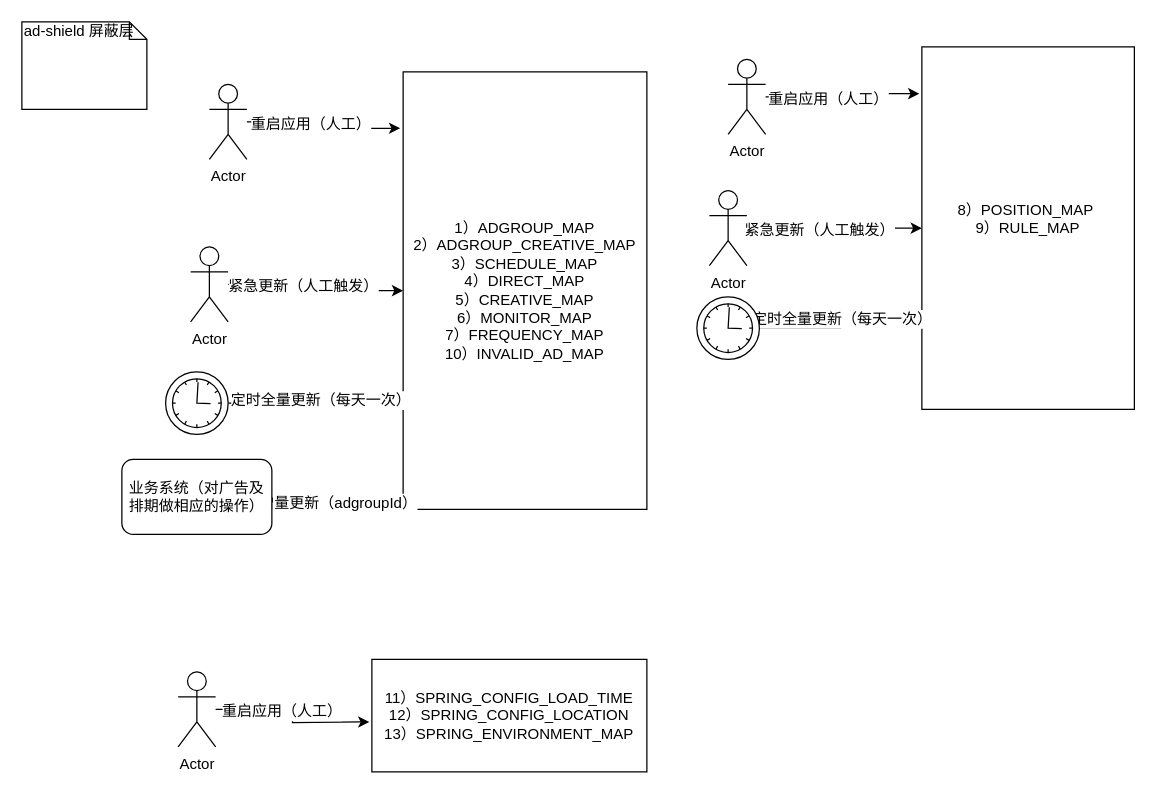
This is page "内存透视流程图-ad-shield" (1 of 3) of 内存透视流程图.drawio from cp0802/xueqqiu, a draw.io file, before an edit. Source tidied: cells renumbered, new cells numbered last; positions are measured from the earlier drawing's top-left corner, leaving out a move shared by most shapes. Both pictures are drawn from the tidied source at 125%, with x=0, y=0 at pixel (21, 21).
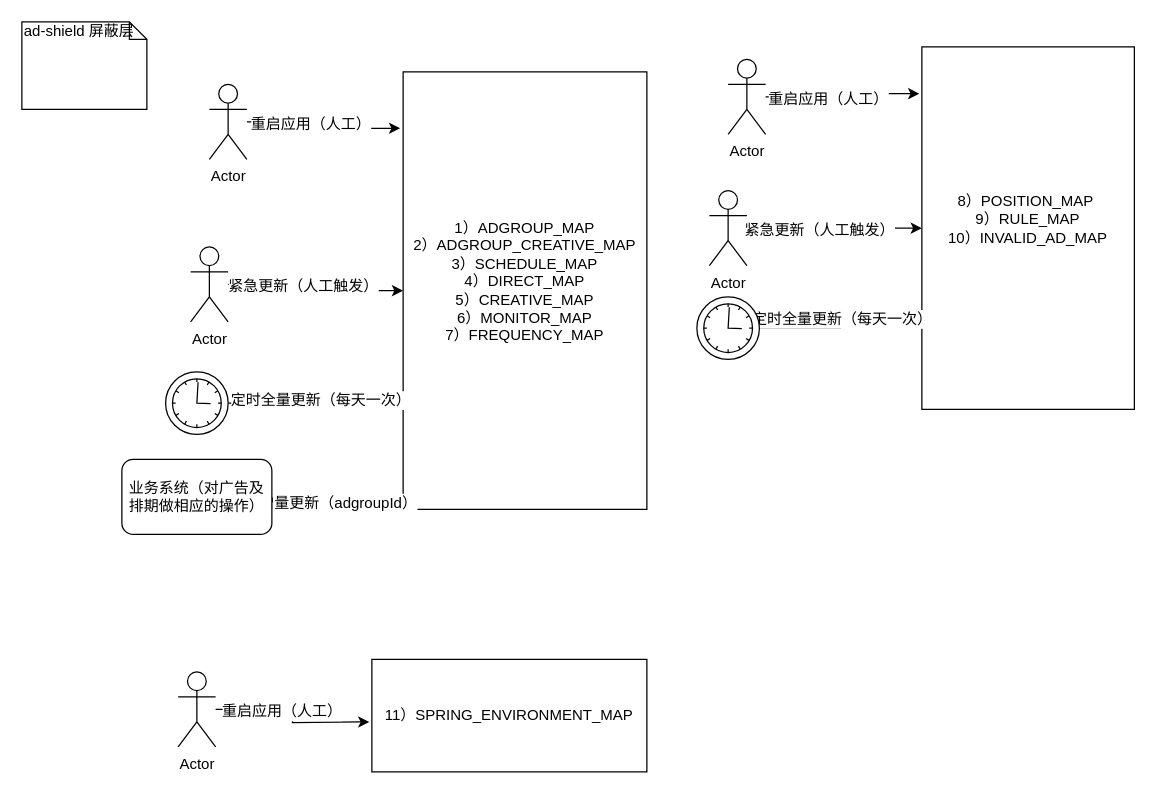
Above is the later version.

Commit message:
Update 内存透视流程图.drawio

The edit, as a diff of the source:
```diff
@@
-    <mxCell id="2" value="&lt;div&gt;1）ADGROUP_MAP&lt;/div&gt;2）ADGROUP_CREATIVE_MAP&lt;br&gt;3）SCHEDULE_MAP&lt;br&gt;&lt;div&gt;4）DIRECT_MAP&lt;/div&gt;&lt;div&gt;5）CREATIVE_MAP&lt;/div&gt;&lt;div&gt;6）MONITOR_MAP&lt;/div&gt;&lt;div&gt;7）FREQUENCY_MAP&lt;/div&gt;&lt;div&gt;10）INVALID_AD_MAP&lt;br&gt;&lt;/div&gt;" style="rounded=0;whiteSpace=wrap;html=1;" parent="1" vertex="1">
+    <mxCell id="2" value="&lt;div&gt;1）ADGROUP_MAP&lt;/div&gt;2）ADGROUP_CREATIVE_MAP&lt;br&gt;3）SCHEDULE_MAP&lt;br&gt;&lt;div&gt;4）DIRECT_MAP&lt;/div&gt;&lt;div&gt;5）CREATIVE_MAP&lt;/div&gt;&lt;div&gt;6）MONITOR_MAP&lt;/div&gt;&lt;div&gt;7）FREQUENCY_MAP&lt;/div&gt;&lt;div&gt;&lt;br&gt;&lt;/div&gt;" style="rounded=0;whiteSpace=wrap;html=1;" parent="1" vertex="1">
       <mxGeometry x="305" y="40" width="195" height="350" as="geometry" />
     </mxCell>
@@
-    <mxCell id="16" value="&lt;div&gt;8）POSITION_MAP&amp;nbsp;&lt;/div&gt;&lt;div&gt;9）RULE_MAP&lt;/div&gt;&lt;div&gt;&lt;br&gt;&lt;/div&gt;" style="rounded=0;whiteSpace=wrap;html=1;" parent="1" vertex="1">
+    <mxCell id="16" value="&lt;div&gt;8）POSITION_MAP&amp;nbsp;&lt;/div&gt;&lt;div&gt;9）RULE_MAP&lt;/div&gt;&lt;div&gt;10）INVALID_AD_MAP&lt;br&gt;&lt;/div&gt;&lt;div&gt;&lt;br&gt;&lt;/div&gt;" style="rounded=0;whiteSpace=wrap;html=1;" parent="1" vertex="1">
       <mxGeometry x="720" y="20" width="170" height="290" as="geometry" />
     </mxCell>
@@
-    <mxCell id="26" value="&lt;div&gt;11）SPRING_CONFIG_LOAD_TIME&lt;/div&gt;&lt;div&gt;12）SPRING_CONFIG_LOCATION&lt;/div&gt;&lt;div&gt;13）SPRING_ENVIRONMENT_MAP&lt;/div&gt;" style="rounded=0;whiteSpace=wrap;html=1;" parent="1" vertex="1">
+    <mxCell id="26" value="&lt;div&gt;11）SPRING_ENVIRONMENT_MAP&lt;/div&gt;" style="rounded=0;whiteSpace=wrap;html=1;" parent="1" vertex="1">
       <mxGeometry x="280" y="510" width="220" height="90" as="geometry" />
     </mxCell>
```
